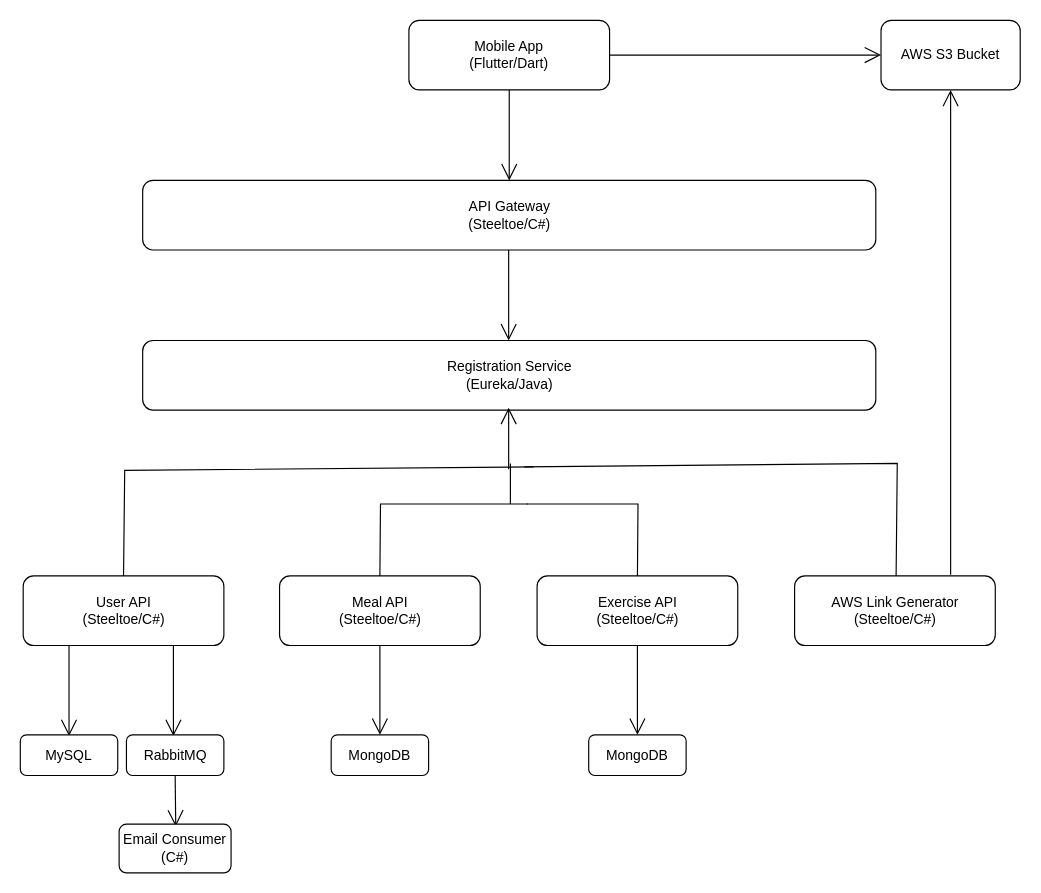
Before: Diagrama sin título.drawio in Scipion2002/HomieGainz, a draw.io diagram. Source tidied: cells renumbered, new cells numbered last; positions are measured from the earlier drawing's top-left corner, leaving out a move shared by most shapes. Both pictures are drawn from the tidied source at 116%, with x=0, y=0 at pixel (20, 20).
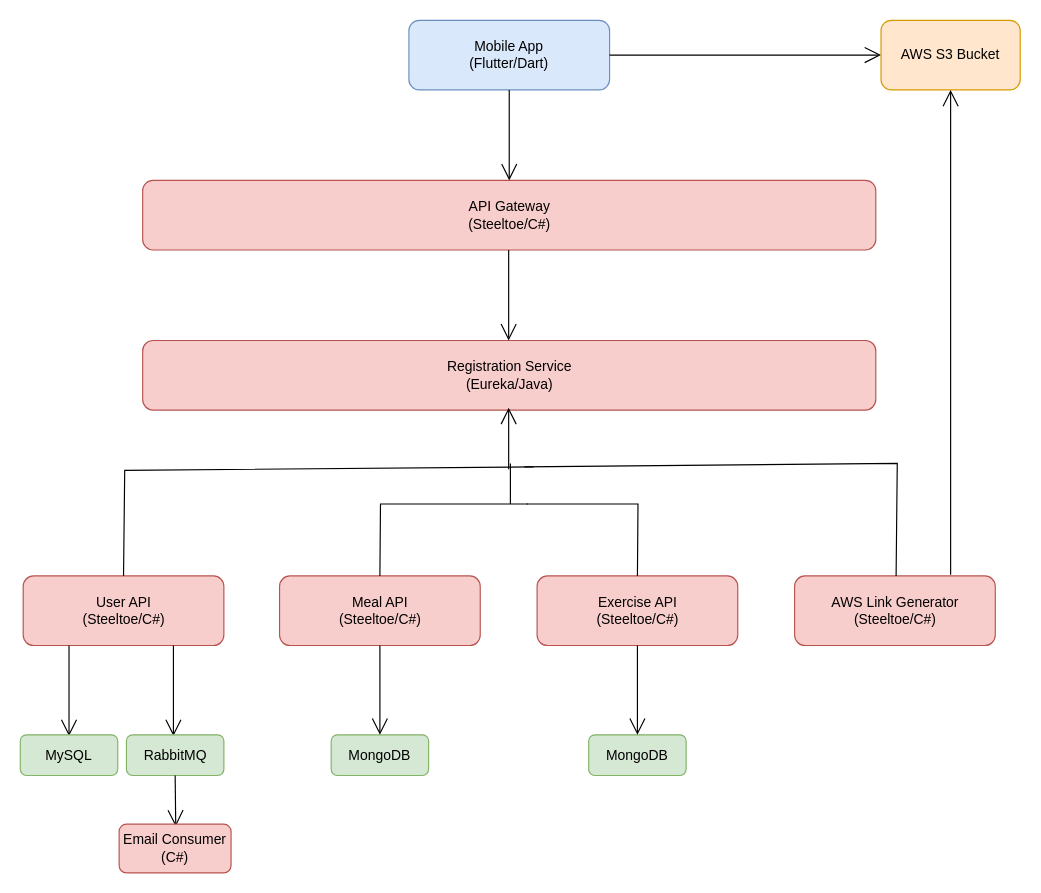
After the change.

What changed in the source:
```diff
@@
-    <mxCell id="2" value="Mobile App&lt;br&gt;(Flutter/Dart)" style="rounded=1;whiteSpace=wrap;html=1;" parent="1" vertex="1">
+    <mxCell id="2" value="Mobile App&lt;br&gt;(Flutter/Dart)" style="rounded=1;whiteSpace=wrap;html=1;fillColor=#dae8fc;strokeColor=#6c8ebf;" parent="1" vertex="1">
       <mxGeometry x="335" width="173" height="60" as="geometry" />
     </mxCell>
@@
-    <mxCell id="4" value="API Gateway&lt;br&gt;(Steeltoe/C#)" style="rounded=1;whiteSpace=wrap;html=1;" parent="1" vertex="1">
+    <mxCell id="4" value="API Gateway&lt;br&gt;(Steeltoe/C#)" style="rounded=1;whiteSpace=wrap;html=1;fillColor=#f8cecc;strokeColor=#b85450;" parent="1" vertex="1">
       <mxGeometry x="105.5" y="138" width="632" height="60" as="geometry" />
     </mxCell>
-    <mxCell id="5" value="Registration Service&lt;br&gt;(Eureka/Java)" style="rounded=1;whiteSpace=wrap;html=1;" parent="1" vertex="1">
+    <mxCell id="5" value="Registration Service&lt;br&gt;(Eureka/Java)" style="rounded=1;whiteSpace=wrap;html=1;fillColor=#f8cecc;strokeColor=#b85450;" parent="1" vertex="1">
       <mxGeometry x="105.5" y="276" width="632" height="60" as="geometry" />
     </mxCell>
@@
-    <mxCell id="7" value="User API&lt;br&gt;(Steeltoe/C#)" style="rounded=1;whiteSpace=wrap;html=1;" parent="1" vertex="1">
+    <mxCell id="7" value="User API&lt;br&gt;(Steeltoe/C#)" style="rounded=1;whiteSpace=wrap;html=1;fillColor=#f8cecc;strokeColor=#b85450;" parent="1" vertex="1">
       <mxGeometry x="2.5" y="479" width="173" height="60" as="geometry" />
     </mxCell>
-    <mxCell id="8" value="Meal API&lt;br&gt;(Steeltoe/C#)" style="rounded=1;whiteSpace=wrap;html=1;" parent="1" vertex="1">
+    <mxCell id="8" value="Meal API&lt;br&gt;(Steeltoe/C#)" style="rounded=1;whiteSpace=wrap;html=1;fillColor=#f8cecc;strokeColor=#b85450;" parent="1" vertex="1">
       <mxGeometry x="223.5" y="479" width="173" height="60" as="geometry" />
     </mxCell>
-    <mxCell id="9" value="AWS Link Generator&lt;br&gt;(Steeltoe/C#)" style="rounded=1;whiteSpace=wrap;html=1;" parent="1" vertex="1">
+    <mxCell id="9" value="AWS Link Generator&lt;br&gt;(Steeltoe/C#)" style="rounded=1;whiteSpace=wrap;html=1;fillColor=#f8cecc;strokeColor=#b85450;" parent="1" vertex="1">
       <mxGeometry x="667.5" y="479" width="173" height="60" as="geometry" />
     </mxCell>
-    <mxCell id="10" value="Exercise API&lt;br&gt;(Steeltoe/C#)" style="rounded=1;whiteSpace=wrap;html=1;" parent="1" vertex="1">
+    <mxCell id="10" value="Exercise API&lt;br&gt;(Steeltoe/C#)" style="rounded=1;whiteSpace=wrap;html=1;fillColor=#f8cecc;strokeColor=#b85450;" parent="1" vertex="1">
       <mxGeometry x="445.5" y="479" width="173" height="60" as="geometry" />
     </mxCell>
@@
-    <mxCell id="19" value="MySQL" style="rounded=1;whiteSpace=wrap;html=1;" parent="1" vertex="1">
+    <mxCell id="19" value="MySQL" style="rounded=1;whiteSpace=wrap;html=1;fillColor=#d5e8d4;strokeColor=#82b366;" parent="1" vertex="1">
       <mxGeometry y="616" width="84" height="35" as="geometry" />
     </mxCell>
-    <mxCell id="20" value="RabbitMQ" style="rounded=1;whiteSpace=wrap;html=1;" parent="1" vertex="1">
+    <mxCell id="20" value="RabbitMQ" style="rounded=1;whiteSpace=wrap;html=1;fillColor=#d5e8d4;strokeColor=#82b366;" parent="1" vertex="1">
       <mxGeometry x="91.5" y="616" width="84" height="35" as="geometry" />
     </mxCell>
@@
-    <mxCell id="22" value="Email Consumer&lt;br&gt;(C#)" style="rounded=1;whiteSpace=wrap;html=1;" parent="1" vertex="1">
+    <mxCell id="22" value="Email Consumer&lt;br&gt;(C#)" style="rounded=1;whiteSpace=wrap;html=1;fillColor=#f8cecc;strokeColor=#b85450;" parent="1" vertex="1">
       <mxGeometry x="85.2" y="693" width="96.5" height="42" as="geometry" />
     </mxCell>
@@
-    <mxCell id="24" value="AWS S3 Bucket" style="rounded=1;whiteSpace=wrap;html=1;arcSize=15;" parent="1" vertex="1">
+    <mxCell id="24" value="AWS S3 Bucket" style="rounded=1;whiteSpace=wrap;html=1;arcSize=15;fillColor=#ffe6cc;strokeColor=#d79b00;" parent="1" vertex="1">
       <mxGeometry x="742" width="120" height="60" as="geometry" />
     </mxCell>
@@
-    <mxCell id="26" value="MongoDB" style="rounded=1;whiteSpace=wrap;html=1;" parent="1" vertex="1">
+    <mxCell id="26" value="MongoDB" style="rounded=1;whiteSpace=wrap;html=1;fillColor=#d5e8d4;strokeColor=#82b366;" parent="1" vertex="1">
       <mxGeometry x="268" y="616" width="84" height="35" as="geometry" />
     </mxCell>
@@
-    <mxCell id="28" value="MongoDB" style="rounded=1;whiteSpace=wrap;html=1;" parent="1" vertex="1">
+    <mxCell id="28" value="MongoDB" style="rounded=1;whiteSpace=wrap;html=1;fillColor=#d5e8d4;strokeColor=#82b366;" parent="1" vertex="1">
       <mxGeometry x="490" y="616" width="84" height="35" as="geometry" />
     </mxCell>
```
